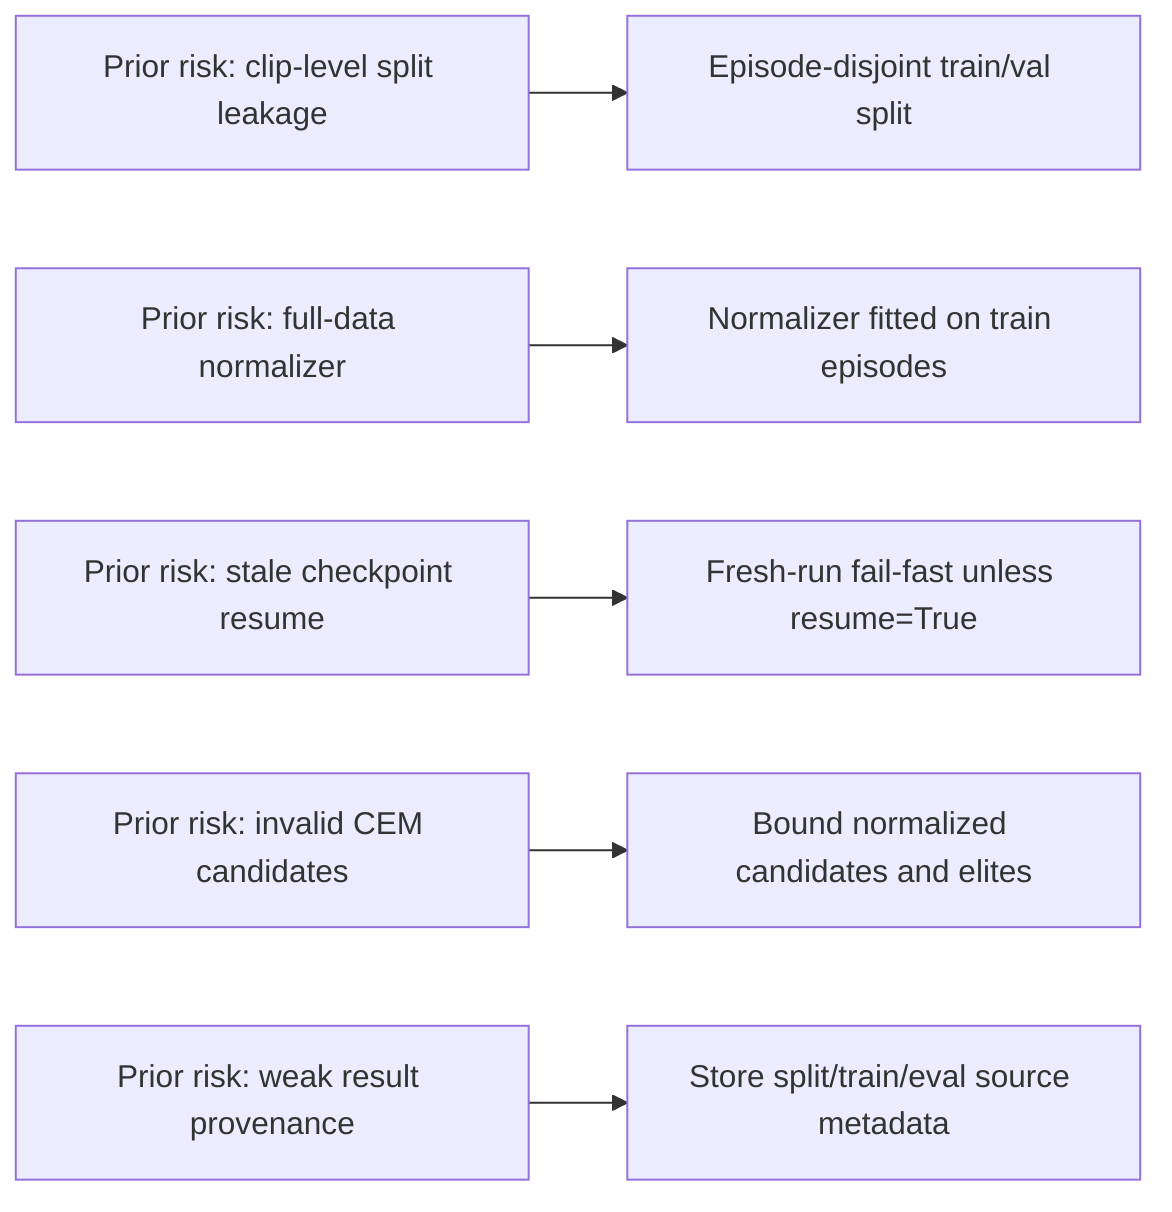
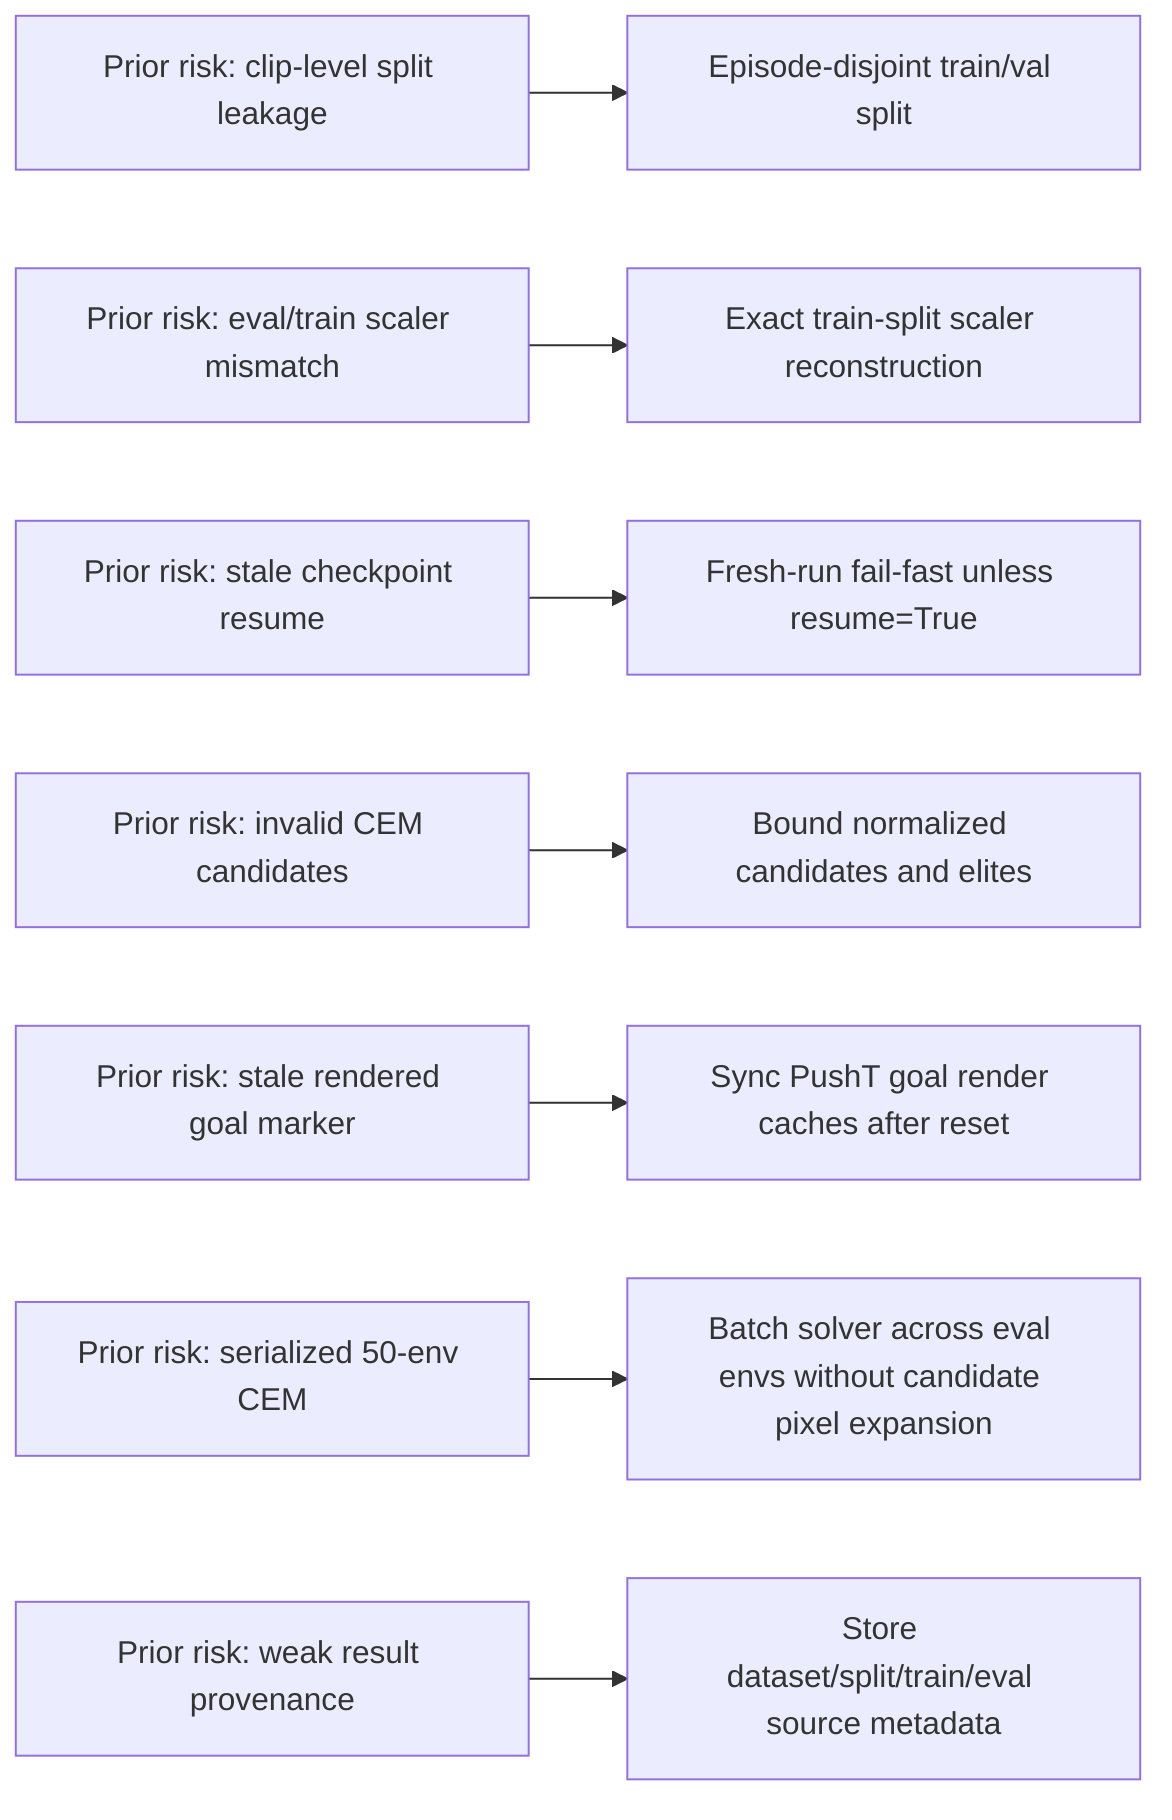
flowchart LR
  A["Prior risk: clip-level split leakage"] --> B["Episode-disjoint train/val split"]
-   C["Prior risk: full-data normalizer"] --> D["Normalizer fitted on train episodes"]
+   C["Prior risk: eval/train scaler mismatch"] --> D["Exact train-split scaler reconstruction"]
  E["Prior risk: stale checkpoint resume"] --> F["Fresh-run fail-fast unless resume=True"]
  G["Prior risk: invalid CEM candidates"] --> H["Bound normalized candidates and elites"]
-   I["Prior risk: weak result provenance"] --> J["Store split/train/eval source metadata"]
+   I["Prior risk: stale rendered goal marker"] --> J["Sync PushT goal render caches after reset"]
+   K["Prior risk: serialized 50-env CEM"] --> L["Batch solver across eval envs without candidate pixel expansion"]
+   M["Prior risk: weak result provenance"] --> N["Store dataset/split/train/eval source metadata"]
